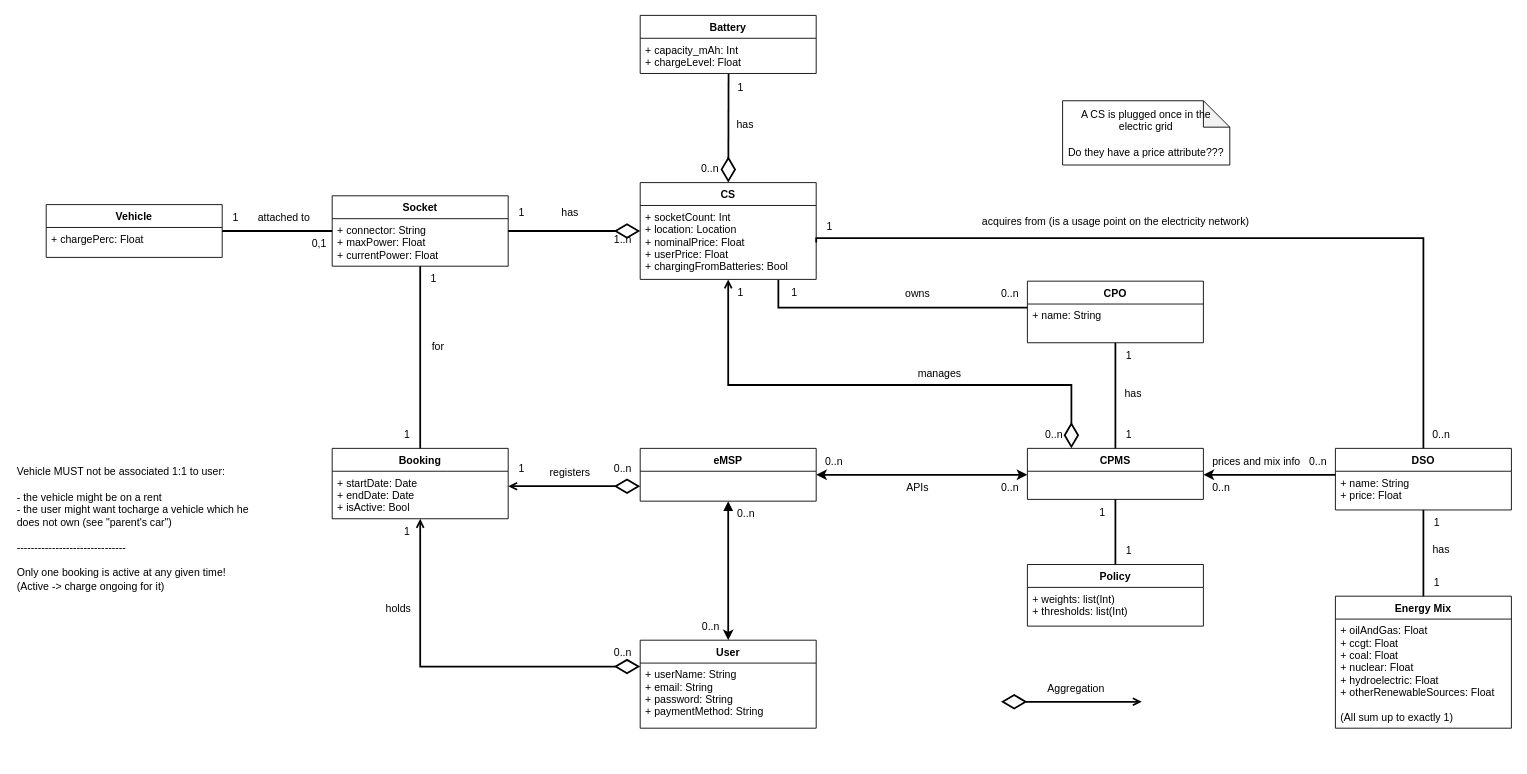
This is RASD/UML.drawio from EMJzero/SoftwareEngineeringII-project, a draw.io file, before an edit. Source tidied: cells renumbered, new cells numbered last; positions are measured from the earlier drawing's top-left corner, leaving out a move shared by most shapes. Both pictures are drawn from the tidied source at 88%, with x=0, y=0 at pixel (15, 15).
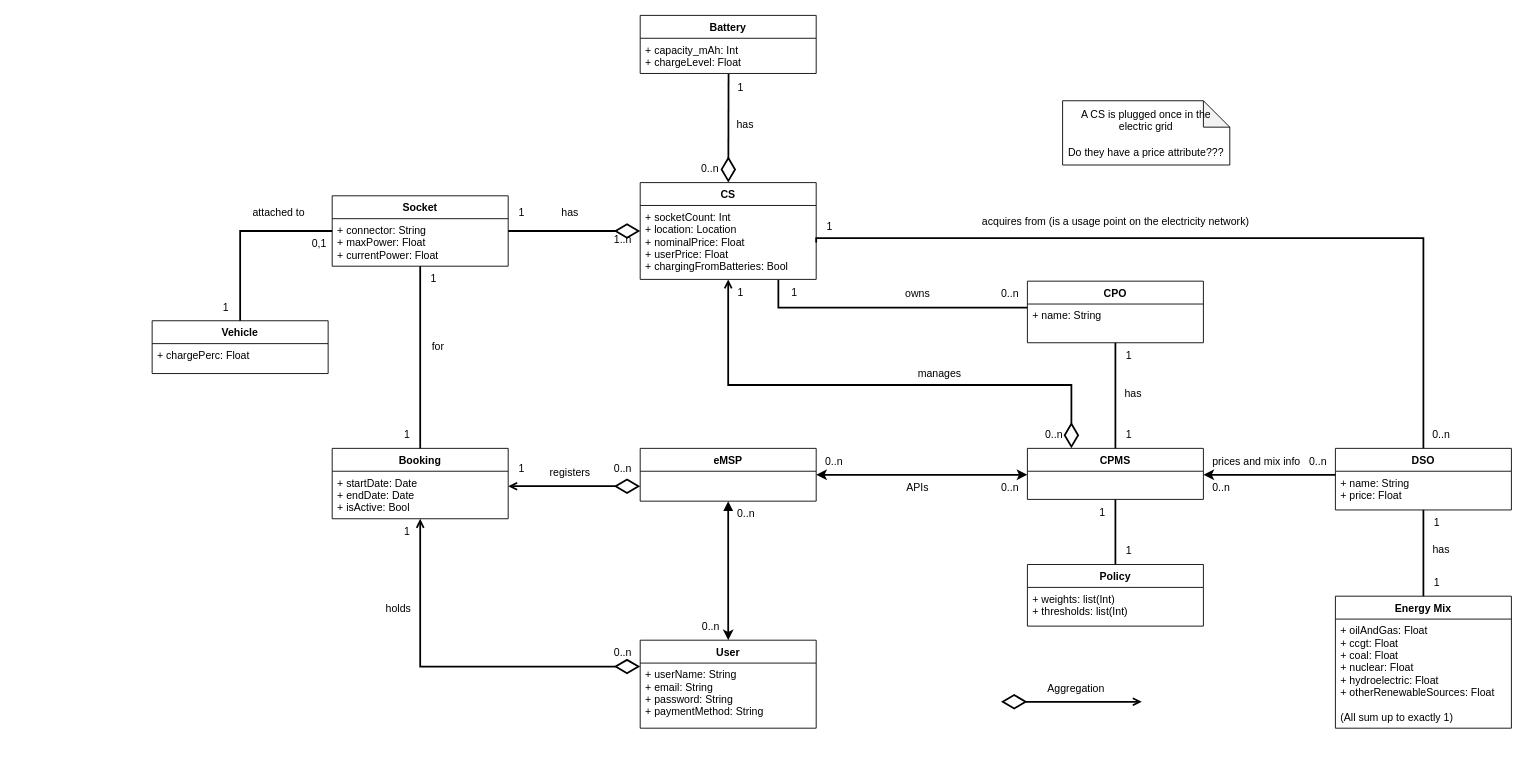
After the change.

Commit message (it also covers changes not shown here):
updated UML and Latex

The edit, as a diff of the source:
```diff
@@
-    <mxCell id="55" value="Vehicle MUST not be associated 1:1 to user:&lt;br&gt;&lt;br&gt;&lt;div&gt;- the vehicle might be on a rent&lt;/div&gt;&lt;div&gt;- the user might want tocharge a vehicle which he does not own (see &quot;parent's car&quot;)&lt;/div&gt;&lt;div&gt;&lt;br&gt;&lt;/div&gt;&lt;div&gt;-------------------------------&lt;/div&gt;&lt;div&gt;&lt;br&gt;&lt;/div&gt;&lt;div&gt;Only one booking is active at any given time!&lt;/div&gt;&lt;div&gt;(Active -&amp;gt; charge ongoing for it)&lt;br&gt;&lt;/div&gt;" style="text;whiteSpace=wrap;html=1;" parent="1" vertex="1">
-      <mxGeometry y="505" width="270" height="340" as="geometry" />
-    </mxCell>
@@
     <mxCell id="81" value="Vehicle" style="swimlane;fontStyle=1;horizontal=1;startSize=26;fillColor=none;" parent="1" vertex="1">
-      <mxGeometry x="35" y="215" width="200" height="60" as="geometry" />
+      <mxGeometry x="155.4" y="347" width="200" height="60" as="geometry" />
     </mxCell>
@@
     <mxCell id="83" value="1" style="text;html=1;align=center;verticalAlign=middle;strokeColor=none;fillColor=none;" parent="1" vertex="1">
-      <mxGeometry x="235" y="215" width="30" height="30" as="geometry" />
+      <mxGeometry x="224.3" y="317" width="30" height="30" as="geometry" />
     </mxCell>
@@
     <mxCell id="85" value="attached to" style="text;html=1;align=center;verticalAlign=middle;strokeColor=none;fillColor=none;" parent="1" vertex="1">
-      <mxGeometry x="260" y="215" width="90" height="30" as="geometry" />
+      <mxGeometry x="253.9" y="210" width="90" height="30" as="geometry" />
     </mxCell>
```
